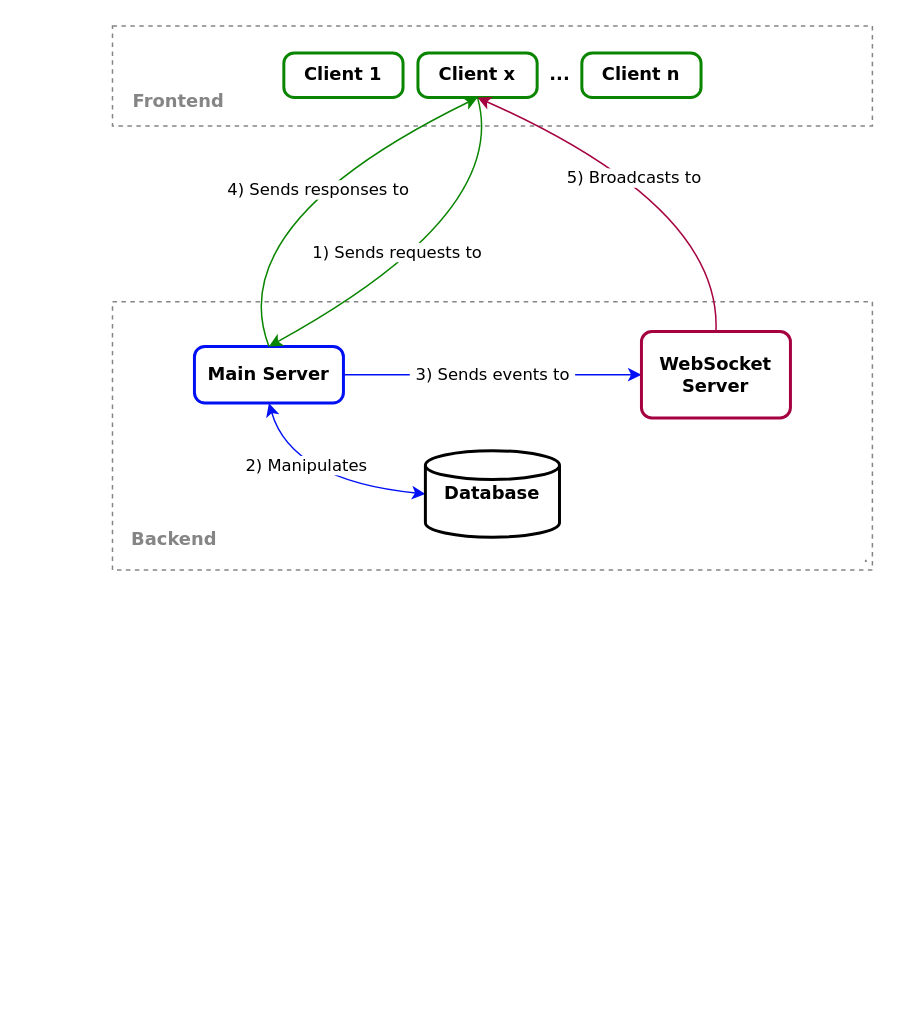
Above: app-architecture-diagram.drawio in canneth/hello-friend (draw.io), before the change. Source tidied: cells renumbered, new cells numbered last; positions are measured from the earlier drawing's top-left corner, leaving out a move shared by most shapes. Both pictures are drawn from the tidied source at 149%, with x=0, y=0 at pixel (112, 25).
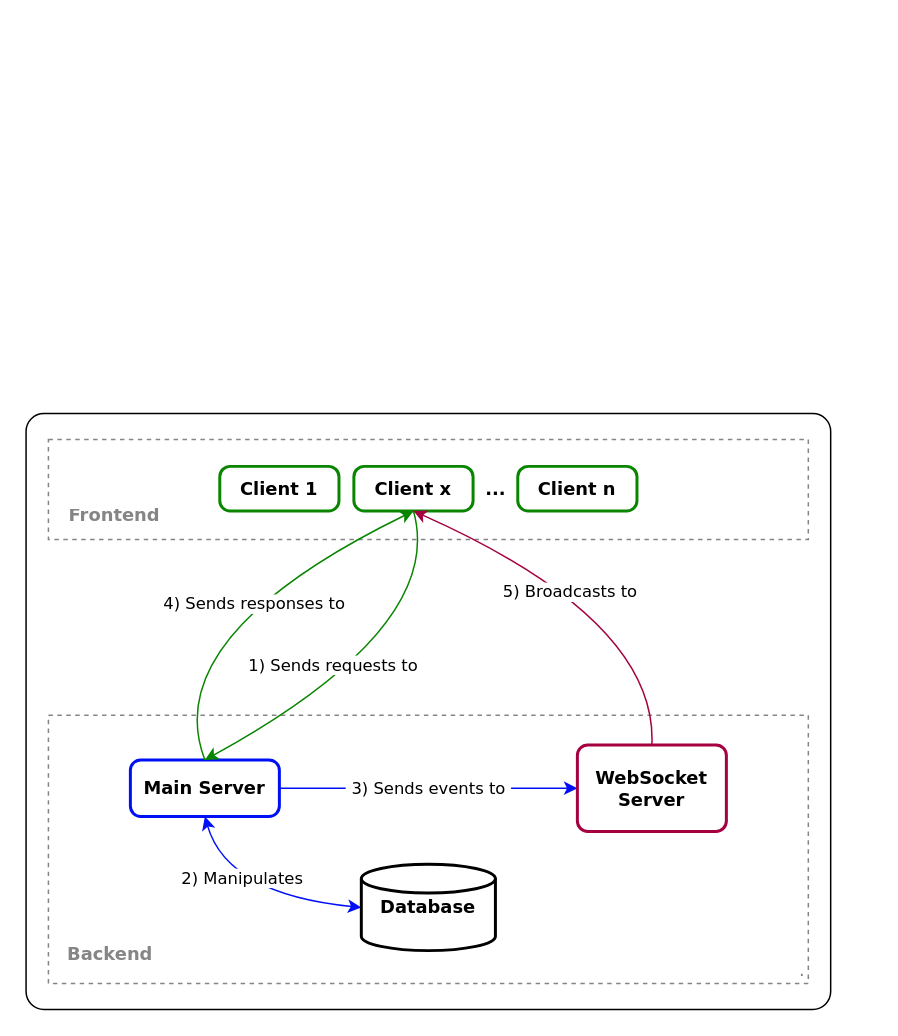
The same page after the edit.

Unchanged cells that the change refers to:
```xml
<mxCell id="3" value="." style="rounded=0;whiteSpace=wrap;html=1;arcSize=1;shadow=0;glass=0;sketch=0;dashed=1;strokeWidth=1;fillColor=none;imageAlign=left;imageVerticalAlign=top;align=right;verticalAlign=bottom;fontFamily=Verdana;fontColor=#858585;strokeColor=#858585;" parent="2" vertex="1">
  <mxGeometry y="185" width="510" height="180" as="geometry" />
</mxCell>
```

What changed in the source:
```diff
@@
+    <mxCell id="20" style="rounded=1;whiteSpace=wrap;html=1;fillColor=#FFFFFF;arcSize=3;" parent="1" vertex="1">
+      <mxGeometry x="-58" y="260" width="540" height="400" as="geometry" />
+    </mxCell>
-    <mxCell id="2" style="group;" parent="1" vertex="1">
-      <mxGeometry width="510" height="365" as="geometry" />
+    <mxCell id="2" style="group;" parent="20" vertex="1">
+      <mxGeometry x="15" y="17.5" width="510" height="365" as="geometry" />
     </mxCell>
@@
-    <mxCell id="6" value="Main Server" style="rounded=1;whiteSpace=wrap;html=1;absoluteArcSize=1;arcSize=14;strokeWidth=2;fontStyle=1;fontFamily=Verdana;strokeColor=#0010F5;" parent="3" vertex="1">
+    <mxCell id="6" value="Main Server" style="rounded=1;whiteSpace=wrap;html=1;absoluteArcSize=1;arcSize=14;strokeWidth=2;fontStyle=1;fontFamily=Verdana;strokeColor=#0010F5;fillColor=none;" parent="3" vertex="1">
       <mxGeometry x="55" y="30" width="100" height="38" as="geometry" />
     </mxCell>
-    <mxCell id="7" value="Database" style="strokeWidth=2;html=1;shape=mxgraph.flowchart.database;whiteSpace=wrap;fontStyle=1;fontFamily=Verdana;" parent="3" vertex="1">
+    <mxCell id="7" value="Database" style="strokeWidth=2;html=1;shape=mxgraph.flowchart.database;whiteSpace=wrap;fontStyle=1;fontFamily=Verdana;fillColor=none;" parent="3" vertex="1">
       <mxGeometry x="210" y="100" width="90" height="58" as="geometry" />
     </mxCell>
-    <mxCell id="8" value="WebSocket Server" style="rounded=1;whiteSpace=wrap;html=1;absoluteArcSize=1;arcSize=14;strokeWidth=2;fontStyle=1;fontFamily=Verdana;strokeColor=#A50040;" parent="3" vertex="1">
+    <mxCell id="8" value="WebSocket Server" style="rounded=1;whiteSpace=wrap;html=1;absoluteArcSize=1;arcSize=14;strokeWidth=2;fontStyle=1;fontFamily=Verdana;strokeColor=#A50040;fillColor=none;" parent="3" vertex="1">
       <mxGeometry x="355" y="20" width="100" height="58" as="geometry" />
     </mxCell>
```
